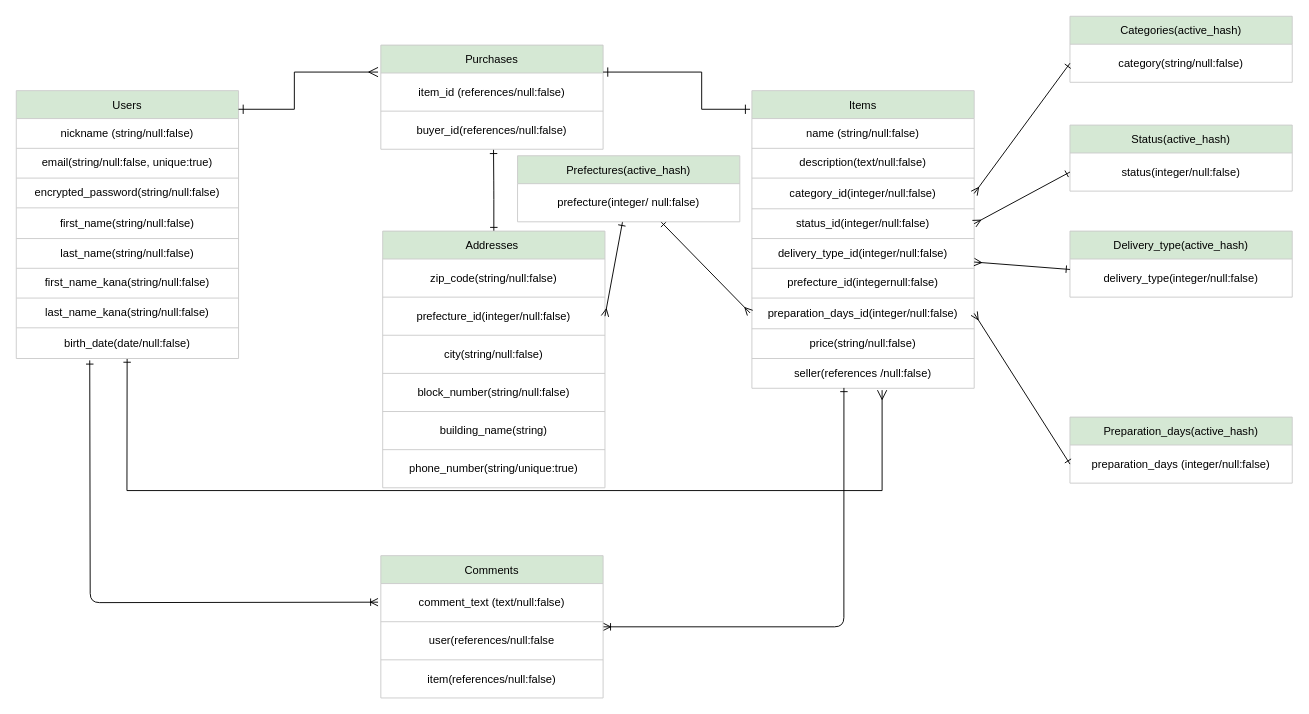
Earlier version of the draw.io diagram ER.dio (masahito19770526/furima-38965). Source tidied: cells renumbered, new cells numbered last; positions are measured from the earlier drawing's top-left corner, leaving out a move shared by most shapes. Both pictures are drawn from the tidied source at 93%, with x=0, y=0 at pixel (16, 16).
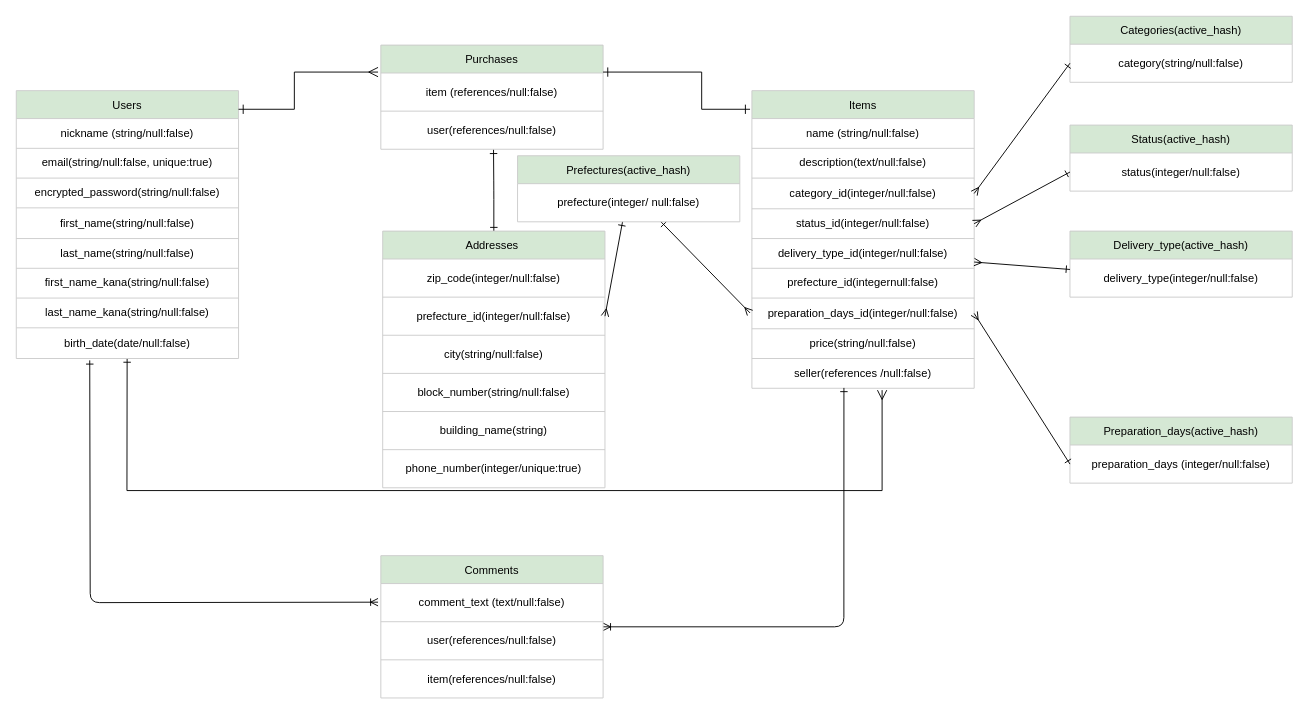
The same page after the edit.

The change refers to these unchanged cells:
```xml
<mxCell id="40" style="shape=tableRow;horizontal=0;startSize=0;swimlaneHead=0;swimlaneBody=0;top=0;left=0;bottom=0;right=0;fillColor=none;" parent="39" vertex="1">
  <mxGeometry y="30" width="239" height="41" as="geometry" />
</mxCell>
<mxCell id="42" style="shape=tableRow;horizontal=0;startSize=0;swimlaneHead=0;swimlaneBody=0;top=0;left=0;bottom=0;right=0;fillColor=none;points=[[0,0.5],[1,0.5]];portConstraint=eastwest;" parent="39" vertex="1">
  <mxGeometry y="71" width="239" height="41" as="geometry" />
</mxCell>
<mxCell id="48" style="shape=tableRow;horizontal=0;startSize=0;swimlaneHead=0;swimlaneBody=0;top=0;left=0;bottom=0;right=0;fillColor=none;" parent="45" vertex="1">
  <mxGeometry y="71" width="239" height="41" as="geometry" />
</mxCell>
<mxCell id="54" style="shape=tableRow;horizontal=0;startSize=0;swimlaneHead=0;swimlaneBody=0;top=0;left=0;bottom=0;right=0;fillColor=none;" parent="53" vertex="1">
  <mxGeometry y="30" width="239" height="41" as="geometry" />
</mxCell>
<mxCell id="64" style="shape=tableRow;horizontal=0;startSize=0;swimlaneHead=0;swimlaneBody=0;top=0;left=0;bottom=0;right=0;fillColor=none;" parent="53" vertex="1">
  <mxGeometry y="235" width="239" height="41" as="geometry" />
</mxCell>
```

Change to the diagram source:
```diff
@@
-    <mxCell id="41" value="item_id (references/null:false)" style="shape=partialRectangle;html=1;whiteSpace=wrap;overflow=hidden;fillColor=none;top=0;left=0;bottom=0;right=0;" parent="40" vertex="1">
+    <mxCell id="41" value="item (references/null:false)" style="shape=partialRectangle;html=1;whiteSpace=wrap;overflow=hidden;fillColor=none;top=0;left=0;bottom=0;right=0;" parent="40" vertex="1">
       <mxGeometry width="239" height="41" as="geometry" />
     </mxCell>
@@
-    <mxCell id="43" value="buyer_id(references/null:false)" style="shape=partialRectangle;html=1;whiteSpace=wrap;overflow=hidden;fillColor=none;top=0;left=0;bottom=0;right=0;" parent="42" vertex="1">
+    <mxCell id="43" value="user(references/null:false)" style="shape=partialRectangle;html=1;whiteSpace=wrap;overflow=hidden;fillColor=none;top=0;left=0;bottom=0;right=0;" parent="42" vertex="1">
       <mxGeometry width="239" height="41" as="geometry" />
     </mxCell>
@@
-    <mxCell id="49" value="user(references/null:false" style="shape=partialRectangle;html=1;whiteSpace=wrap;overflow=hidden;fillColor=none;top=0;left=0;bottom=0;right=0;" parent="48" vertex="1">
+    <mxCell id="49" value="user(references/null:false)" style="shape=partialRectangle;html=1;whiteSpace=wrap;overflow=hidden;fillColor=none;top=0;left=0;bottom=0;right=0;" parent="48" vertex="1">
       <mxGeometry width="239" height="41" as="geometry" />
     </mxCell>
@@
-    <mxCell id="55" value="zip_code(string/null:false)" style="shape=partialRectangle;html=1;whiteSpace=wrap;overflow=hidden;fillColor=none;top=0;left=0;bottom=0;right=0;" parent="54" vertex="1">
+    <mxCell id="55" value="zip_code(integer/null:false)" style="shape=partialRectangle;html=1;whiteSpace=wrap;overflow=hidden;fillColor=none;top=0;left=0;bottom=0;right=0;" parent="54" vertex="1">
       <mxGeometry width="239" height="41" as="geometry" />
     </mxCell>
@@
-    <mxCell id="65" value="phone_number(string/unique:true)" style="shape=partialRectangle;html=1;whiteSpace=wrap;overflow=hidden;fillColor=none;top=0;left=0;bottom=0;right=0;" parent="64" vertex="1">
+    <mxCell id="65" value="phone_number(integer/unique:true)" style="shape=partialRectangle;html=1;whiteSpace=wrap;overflow=hidden;fillColor=none;top=0;left=0;bottom=0;right=0;" parent="64" vertex="1">
       <mxGeometry width="239" height="41" as="geometry" />
     </mxCell>
```
